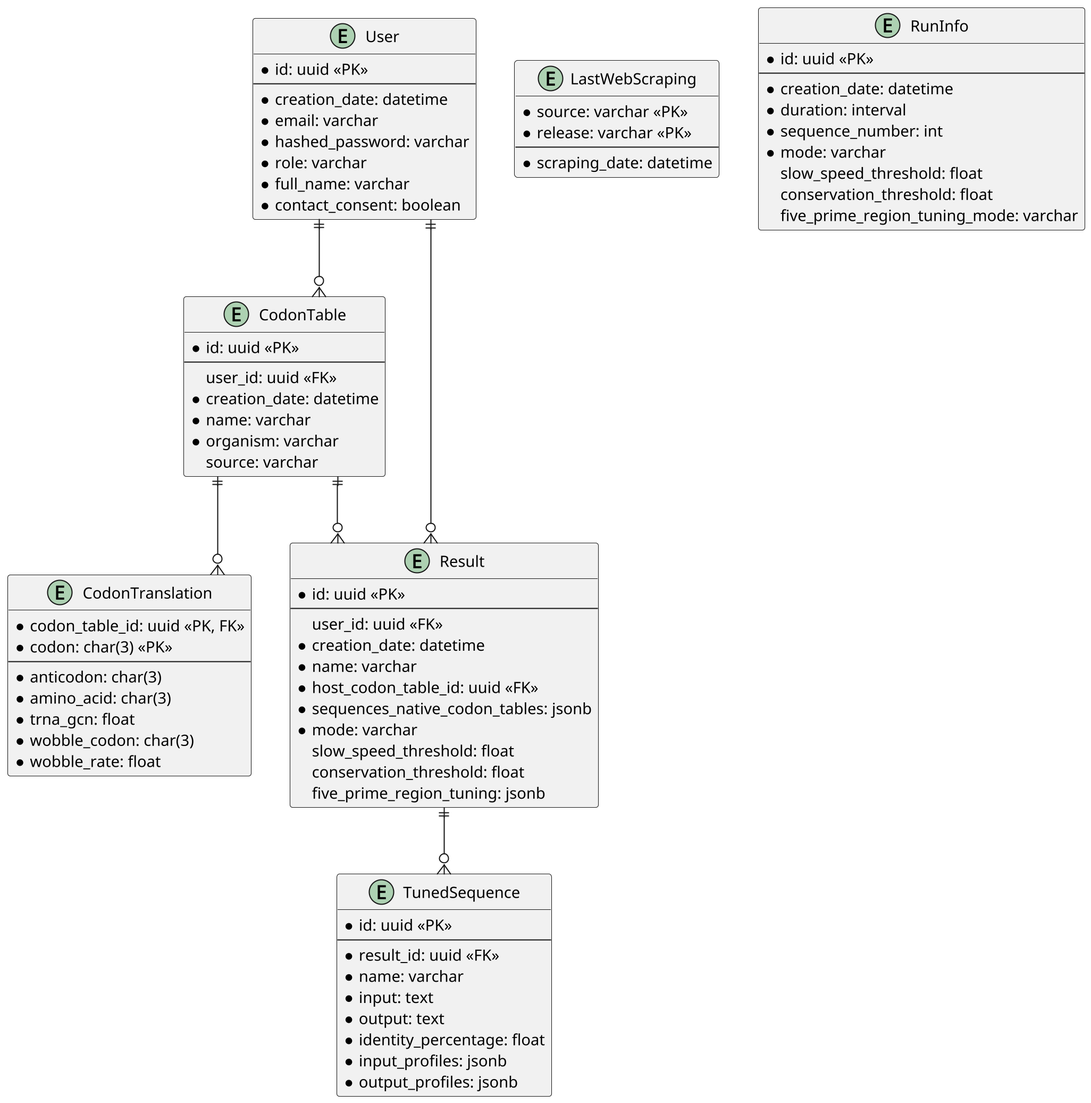
This is docs/db_schema.png from tbonnabaud/expressinhost_web, a PlantUML export, as it was before one commit.
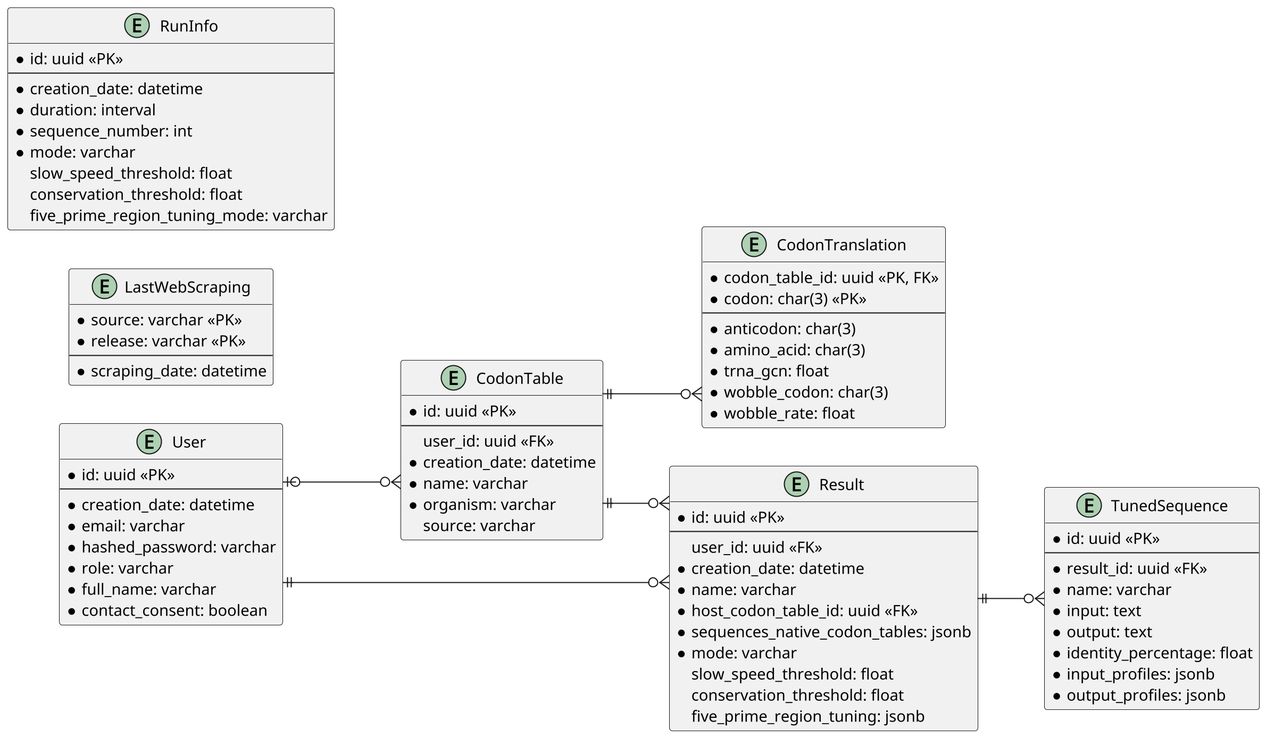
After the change.

Change to the diagram source:
```diff
@@ -2,6 +2,7 @@
 skinparam linetype ortho
 skinparam dpi 200
 
+left to right direction
 
 entity User {
     * id: uuid <<PK>>
@@ -80,7 +81,7 @@
     five_prime_region_tuning_mode: varchar
 }
 
-User ||--o{ CodonTable
+User |o--o{ CodonTable
 CodonTable ||--o{ CodonTranslation
 User ||--o{ Result
 CodonTable ||--o{ Result
```
